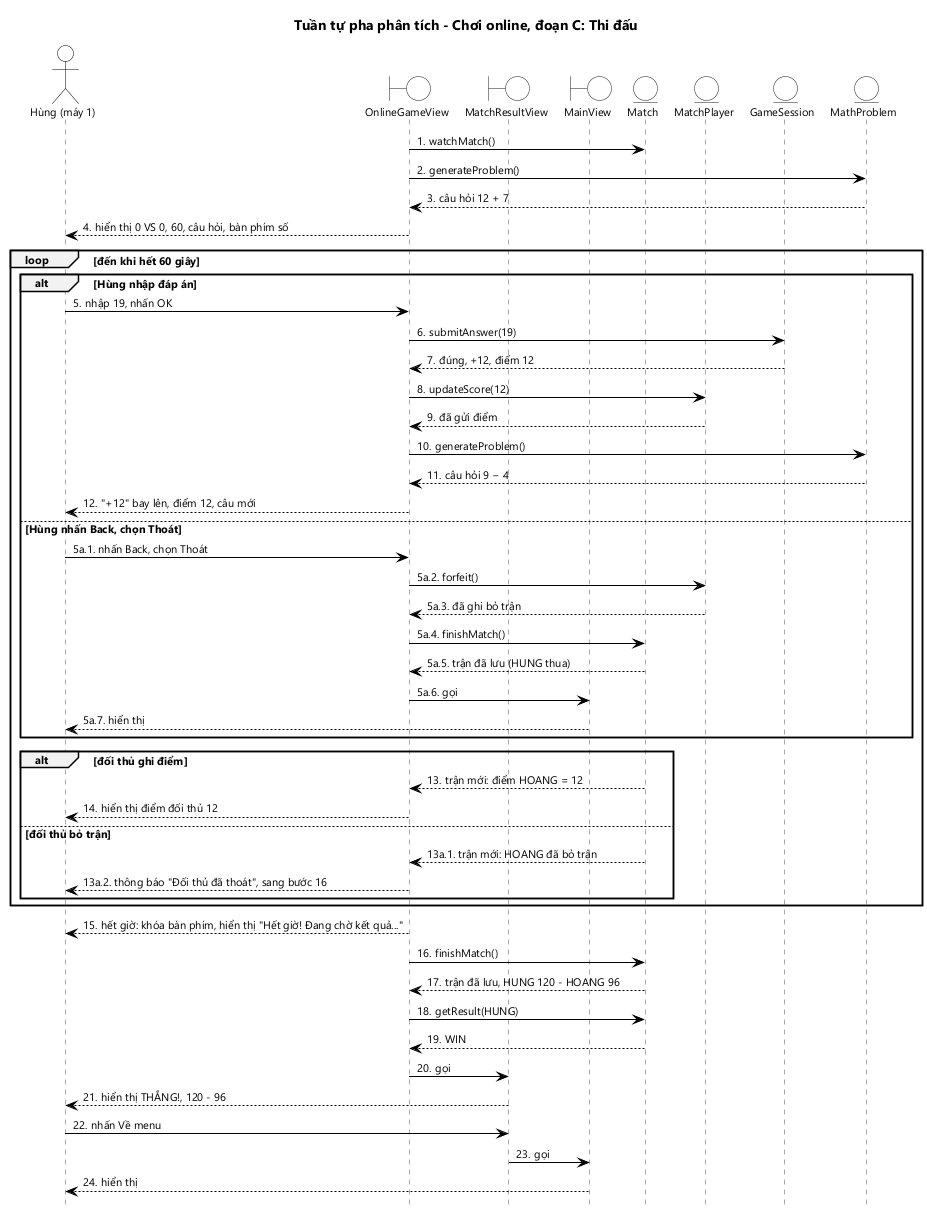
Before: docs/hung/tuan-tu-phan-tich-uc05c.png, a diagram exported from PlantUML (HungNguyenBa1811/math-dash).
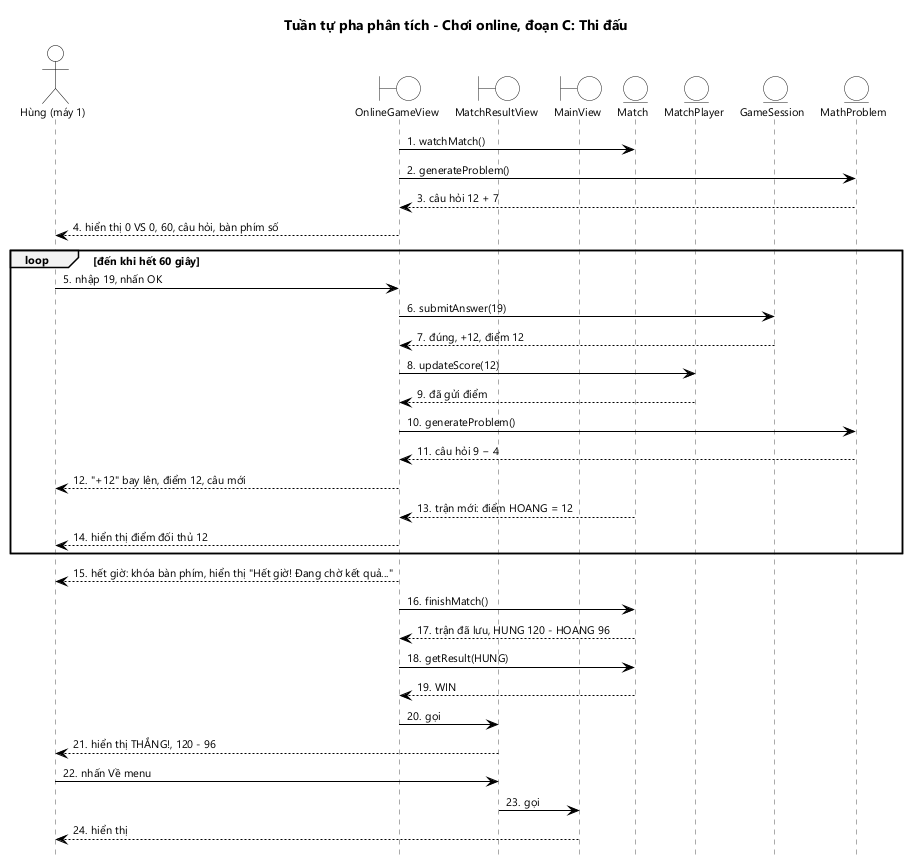
The same file after the commit.

Change to the diagram source:
```diff
@@ -16,35 +16,16 @@
 MPr --> GV : câu hỏi 12 + 7
 GV --> U : hiển thị 0 VS 0, 60, câu hỏi, bàn phím số
 loop đến khi hết 60 giây
-  alt Hùng nhập đáp án
-    U -> GV : nhập 19, nhấn OK
-    GV -> GS : submitAnswer(19)
-    GS --> GV : đúng, +12, điểm 12
-    GV -> MP : updateScore(12)
-    MP --> GV : đã gửi điểm
-    GV -> MPr : generateProblem()
-    MPr --> GV : câu hỏi 9 − 4
-    GV --> U : "+12" bay lên, điểm 12, câu mới
-  else Hùng nhấn Back, chọn Thoát
-    autonumber stop
-    U -> GV : 5a.1. nhấn Back, chọn Thoát
-    GV -> MP : 5a.2. forfeit()
-    MP --> GV : 5a.3. đã ghi bỏ trận
-    GV -> M : 5a.4. finishMatch()
-    M --> GV : 5a.5. trận đã lưu (HUNG thua)
-    GV -> MV : 5a.6. gọi
-    MV --> U : 5a.7. hiển thị
-    autonumber resume
-  end
-  alt đối thủ ghi điểm
-    M --> GV : trận mới: điểm HOANG = 12
-    GV --> U : hiển thị điểm đối thủ 12
-  else đối thủ bỏ trận
-    autonumber stop
-    M --> GV : 13a.1. trận mới: HOANG đã bỏ trận
-    GV --> U : 13a.2. thông báo "Đối thủ đã thoát", sang bước 16
-    autonumber resume
-  end
+  U -> GV : nhập 19, nhấn OK
+  GV -> GS : submitAnswer(19)
+  GS --> GV : đúng, +12, điểm 12
+  GV -> MP : updateScore(12)
+  MP --> GV : đã gửi điểm
+  GV -> MPr : generateProblem()
+  MPr --> GV : câu hỏi 9 − 4
+  GV --> U : "+12" bay lên, điểm 12, câu mới
+  M --> GV : trận mới: điểm HOANG = 12
+  GV --> U : hiển thị điểm đối thủ 12
 end
 GV --> U : hết giờ: khóa bàn phím, hiển thị "Hết giờ! Đang chờ kết quả..."
 GV -> M : finishMatch()
```
